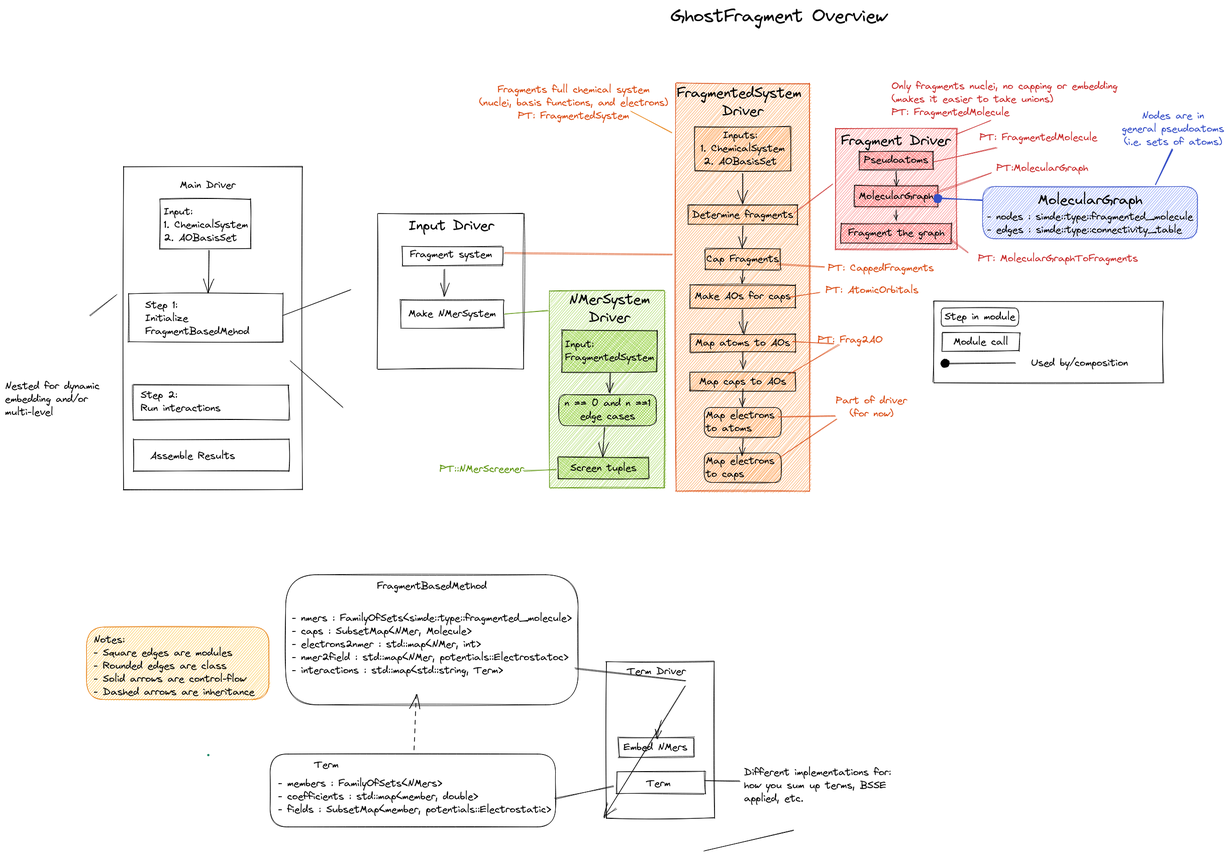
The Excalidraw diagram docs/source/GhostFragmentOverview.png in rmrresearch/GhostFragment, before a commit. Source tidied: one line per element, renumbered; positions are measured from the earlier drawing's top-left corner, leaving out a move shared by most shapes.
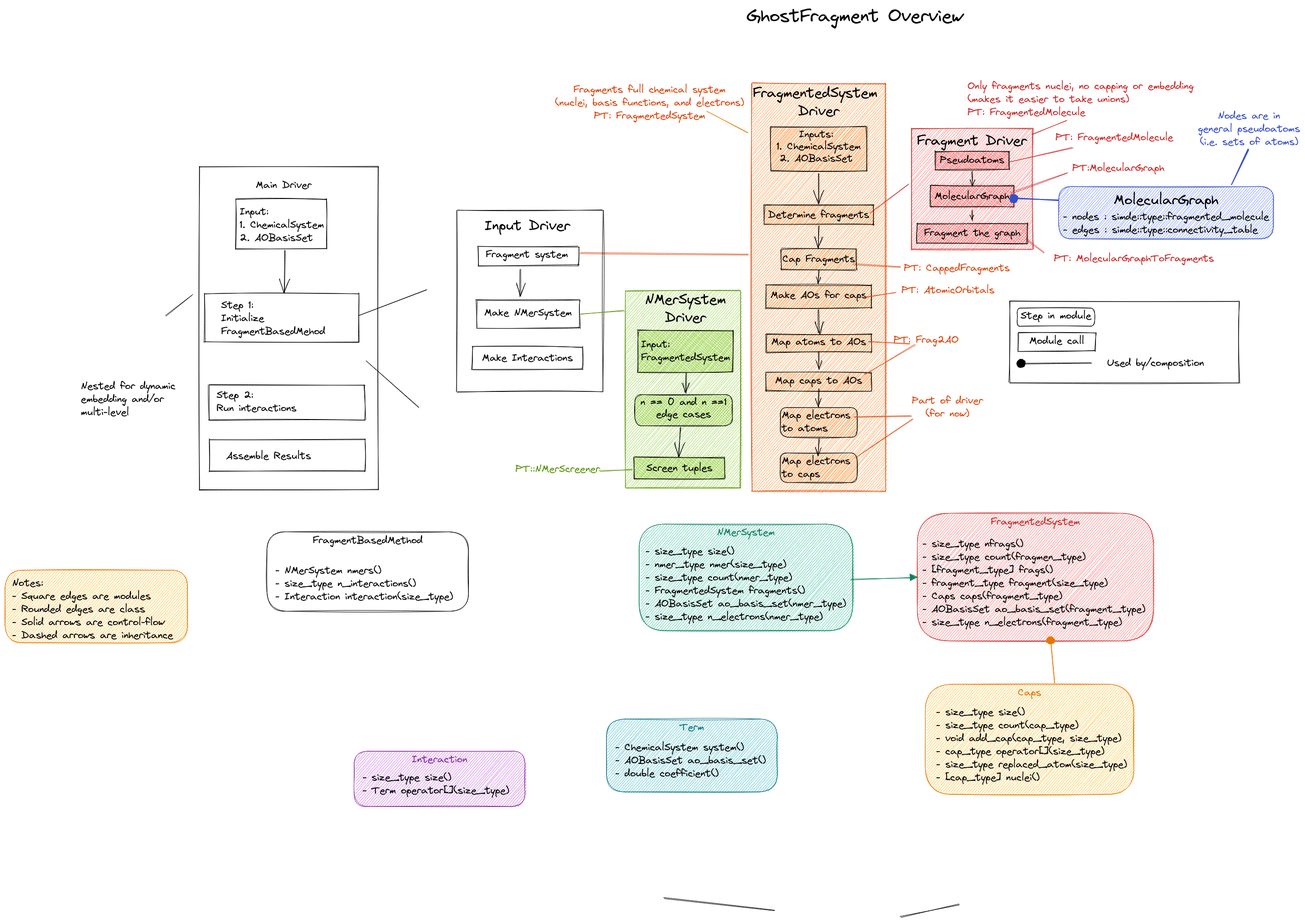
Later version of the same file.

Commit message:
back-up term progress [skip ci]

Diff of the diagram source:
```diff
@@ -10,42 +10,26 @@
 {"id": 9, "type": "line", "strokeColor": "#d9480f", "strokeWidth": 1, "roughness": 1, "x": 995, "y": 493, "width": 334, "height": 3, "points": [[0, 0], [334, 3]]}
 {"id": 10, "type": "rectangle", "strokeColor": "#000000", "strokeWidth": 1, "roughness": 1, "x": 255, "y": 757, "width": 310, "height": 70}
 {"id": 11, "type": "text", "text": "Step 2:\nRun interactions", "strokeColor": "#000000", "strokeWidth": 1, "roughness": 1, "fontSize": 20, "fontFamily": 1, "x": 270, "y": 764, "width": 159, "height": 52}
-{"id": 12, "type": "rectangle", "strokeColor": "#000000", "strokeWidth": 1, "roughness": 1, "x": 742, "y": 415, "width": 291, "height": 309}
+{"id": 12, "type": "rectangle", "strokeColor": "#000000", "strokeWidth": 1, "roughness": 1, "x": 748, "y": 409, "width": 291, "height": 361}
 {"id": 13, "type": "text", "text": "Input Driver", "strokeColor": "#000000", "strokeWidth": 1, "roughness": 1, "fontSize": 28, "fontFamily": 1, "x": 804, "y": 422, "width": 171, "height": 36}
 {"id": 14, "type": "rectangle", "strokeColor": "#000000", "strokeWidth": 1, "roughness": 1, "x": 788, "y": 588, "width": 204, "height": 55}
-{"id": 15, "type": "rectangle", "strokeColor": "#000000", "strokeWidth": 1, "roughness": 1, "x": 559, "y": 1134, "width": 582, "height": 259}
+{"id": 15, "type": "rectangle", "strokeColor": "#000000", "strokeWidth": 1, "roughness": 1, "x": 370, "y": 1049, "width": 401, "height": 158}
-{"id": 16, "type": "text", "text": "FragmentBasedMethod", "strokeColor": "#000000", "strokeWidth": 1, "roughness": 1, "fontSize": 20, "fontFamily": 1, "textAlign": "center", "x": 740, "y": 1144, "width": 219, "height": 26}
-{"id": 17, "type": "text", "text": "\n- nmers : FamilyOfSets<simde::type::fragmented_molecule>\n- caps : SubsetMap<NMer, Molecule>\n- electrons2nmer : std::map<NMer, int>\n- nmer2field : std::map<NMer, potentials::Electrostatoc> \n- interactions : std::map<std::string, Term>\n", "strokeColor": "#000000", "strokeWidth": 1, "roughness": 1, "fontSize": 20, "fontFamily": 1, "x": 571, "y": 1182, "width": 560, "height": 182}
-{"id": 18, "type": "rectangle", "strokeColor": "#000000", "strokeWidth": 1, "roughness": 1, "x": 528, "y": 1491, "width": 568, "height": 145}
+{"id": 18, "type": "rectangle", "strokeColor": "#0b7285", "backgroundColor": "#15aabf", "fillStyle": "hachure", "strokeWidth": 1, "roughness": 1, "x": 1046, "y": 1421, "width": 340, "height": 145}
-{"id": 19, "type": "text", "text": "Term", "strokeColor": "#000000", "strokeWidth": 1, "roughness": 1, "fontSize": 20, "fontFamily": 1, "x": 616, "y": 1500, "width": 49, "height": 26}
-{"id": 20, "type": "text", "text": "- members : FamilyOfSets<NMers>\n- coefficients : std::map<member, double>\n- fields : SubsetMap<member, potentials::Electrostatic> ", "strokeColor": "#000000", "strokeWidth": 1, "roughness": 1, "fontSize": 20, "fontFamily": 1, "x": 544, "y": 1537, "width": 553, "height": 78}
+{"id": 20, "type": "text", "text": "- ChemicalSystem system()\n- AOBasisSet ao_basis_set()\n- double coefficient()", "strokeColor": "#000000", "strokeWidth": 1, "roughness": 1, "fontSize": 20, "fontFamily": 1, "x": 1064, "y": 1465, "width": 299, "height": 78}
-{"id": 21, "type": "rectangle", "strokeColor": "#000000", "strokeWidth": 1, "roughness": 1, "x": 1197, "y": 1307, "width": 215, "height": 312}
-{"id": 22, "type": "text", "text": "Term Driver", "strokeColor": "#000000", "strokeWidth": 1, "roughness": 1, "fontSize": 20, "fontFamily": 1, "x": 1238, "y": 1314, "width": 118, "height": 26}
 {"id": 23, "type": "rectangle", "strokeColor": "#000000", "backgroundColor": "#82c91e", "fillStyle": "cross-hatch", "strokeWidth": 1, "roughness": 1, "x": 1109, "y": 648, "width": 189, "height": 83}
 {"id": 24, "type": "text", "text": "Input: \nFragmentedSystem", "strokeColor": "#000000", "backgroundColor": "#82c91e", "fillStyle": "cross-hatch", "strokeWidth": 1, "roughness": 1, "fontSize": 20, "fontFamily": 1, "x": 1115, "y": 663, "width": 177, "height": 52}
-{"id": 25, "type": "rectangle", "strokeColor": "#000000", "strokeWidth": 1, "roughness": 1, "x": 1218, "y": 1526, "width": 176, "height": 44}
-{"id": 26, "type": "text", "text": "Term", "strokeColor": "#000000", "strokeWidth": 1, "roughness": 1, "fontSize": 20, "fontFamily": 1, "textAlign": "center", "x": 1276, "y": 1537, "width": 49, "height": 26}
-{"id": 27, "type": "rectangle", "strokeColor": "#000000", "strokeWidth": 1, "roughness": 1, "x": 1222, "y": 1459, "width": 149, "height": 38}
-{"id": 28, "type": "text", "text": "Embed NMers", "strokeColor": "#000000", "strokeWidth": 1, "roughness": 1, "fontSize": 20, "fontFamily": 1, "textAlign": "center", "x": 1231, "y": 1465, "width": 127, "height": 26}
-{"id": 29, "type": "text", "text": "Different implementations for:\nhow you sum up terms, BSSE\napplied, etc.", "strokeColor": "#000000", "strokeWidth": 1, "roughness": 1, "fontSize": 20, "fontFamily": 1, "x": 1471, "y": 1515, "width": 292, "height": 78}
-{"id": 30, "type": "line", "strokeColor": "#000000", "strokeWidth": 1, "roughness": 1, "x": 1393, "y": 1543, "width": 71, "height": 2, "points": [[0, 0], [71, 2]]}
 {"id": 31, "type": "rectangle", "strokeColor": "#000000", "strokeWidth": 1, "roughness": 1, "x": 256, "y": 865, "width": 310, "height": 63}
 {"id": 32, "type": "text", "text": "Assemble Results", "strokeColor": "#000000", "strokeWidth": 1, "roughness": 1, "fontSize": 20, "fontFamily": 1, "x": 289, "y": 885, "width": 169, "height": 26}
 {"id": 33, "type": "text", "text": "Nested for dynamic\nembedding and/or\nmulti-level", "strokeColor": "#000000", "strokeWidth": 1, "roughness": 1, "fontSize": 20, "fontFamily": 1, "x": 0, "y": 746, "width": 188, "height": 78}
 {"id": 34, "type": "line", "strokeColor": "#000000", "strokeWidth": 1, "roughness": 1, "x": 169, "y": 620, "width": 53, "height": 42, "points": [[0, 0], [53, -42]]}
-{"id": 35, "type": "line", "strokeColor": "#000000", "strokeWidth": 1, "roughness": 1, "x": 1135, "y": 1320, "width": 221, "height": 26, "points": [[0, 0], [221, 26]]}
+{"id": 35, "type": "line", "strokeColor": "#000000", "strokeWidth": 1, "roughness": 1, "x": 1161, "y": 1777, "width": 221, "height": 26, "points": [[0, 0], [221, 26]]}
-{"id": 36, "type": "line", "strokeColor": "#000000", "strokeWidth": 1, "roughness": 1, "x": 1391, "y": 1684, "width": 178, "height": 41, "points": [[0, 0], [178, -41]]}
-{"id": 37, "type": "line", "strokeColor": "#000000", "strokeWidth": 1, "roughness": 1, "x": 1095, "y": 1580, "width": 117, "height": 24, "points": [[0, 0], [117, -24]]}
+{"id": 37, "type": "line", "strokeColor": "#000000", "strokeWidth": 1, "roughness": 1, "x": 1631, "y": 1815, "width": 117, "height": 24, "points": [[0, 0], [117, -24]]}
-{"id": 38, "type": "arrow", "strokeColor": "#000000", "strokeWidth": 1, "strokeStyle": "dashed", "roughness": 1, "endArrowhead": "arrow", "from": 18, "to": 17, "x": 813, "y": 1484, "width": 6, "height": 111, "points": [[0, 0], [6, -111]]}
-{"id": 39, "type": "arrow", "strokeColor": "#000000", "strokeWidth": 1, "roughness": 1, "endArrowhead": "arrow", "to": 28, "x": 1307, "y": 1424, "width": 11, "height": 35, "points": [[0, 0], [-11, 35]]}
-{"id": 40, "type": "arrow", "strokeColor": "#000000", "strokeWidth": 1, "roughness": 1, "endArrowhead": "arrow", "from": 22, "to": 21, "x": 1354, "y": 1355, "width": 163, "height": 262, "points": [[0, 0], [-163, 262]]}
 {"id": 41, "type": "line", "strokeColor": "#000000", "strokeWidth": 1, "roughness": 1, "x": 568, "y": 710, "width": 105, "height": 92, "points": [[0, 0], [105, 92]]}
 {"id": 42, "type": "arrow", "strokeColor": "#000000", "strokeWidth": 1, "roughness": 1, "endArrowhead": "arrow", "from": 43, "to": 14, "x": 875, "y": 527, "width": 1, "height": 51, "points": [[0, 0], [-1, 51]]}
 {"id": 43, "type": "rectangle", "strokeColor": "#000000", "strokeWidth": 1, "roughness": 1, "x": 791, "y": 481, "width": 200, "height": 37}
 {"id": 44, "type": "text", "text": "Fragment system", "strokeColor": "#000000", "strokeWidth": 1, "roughness": 1, "fontSize": 20, "fontFamily": 1, "x": 806, "y": 484, "width": 164, "height": 26}
-{"id": 45, "type": "freedraw", "strokeColor": "#087f5b", "backgroundColor": "#12b886", "fillStyle": "cross-hatch", "strokeWidth": 1, "roughness": 1, "x": 405, "y": 1494, "width": 0, "height": 0, "points": [[0, 0], [0, 0]]}
-{"id": 46, "type": "rectangle", "strokeColor": "#e67700", "backgroundColor": "#fab005", "fillStyle": "hachure", "strokeWidth": 1, "roughness": 1, "x": 162, "y": 1238, "width": 363, "height": 144}
+{"id": 46, "type": "rectangle", "strokeColor": "#e67700", "backgroundColor": "#fab005", "fillStyle": "hachure", "strokeWidth": 1, "roughness": 1, "x": -151, "y": 1125, "width": 363, "height": 144}
-{"id": 47, "type": "text", "text": "Notes:\n- Square edges are modules\n- Rounded edges are class\n- Solid arrows are control-flow\n- Dashed arrows are inheritance", "strokeColor": "#000000", "backgroundColor": "#12b886", "fillStyle": "cross-hatch", "strokeWidth": 1, "roughness": 1, "fontSize": 20, "fontFamily": 1, "x": 177, "y": 1251, "width": 320, "height": 130}
+{"id": 47, "type": "text", "text": "Notes:\n- Square edges are modules\n- Rounded edges are class\n- Solid arrows are control-flow\n- Dashed arrows are inheritance", "strokeColor": "#000000", "backgroundColor": "#12b886", "fillStyle": "cross-hatch", "strokeWidth": 1, "roughness": 1, "fontSize": 20, "fontFamily": 1, "x": -137, "y": 1138, "width": 320, "height": 130}
 {"id": 48, "type": "text", "text": "GhostFragment Overview", "strokeColor": "#000000", "backgroundColor": "#12b886", "fillStyle": "cross-hatch", "strokeWidth": 1, "roughness": 1, "fontSize": 36, "fontFamily": 1, "x": 1325, "y": 0, "width": 431, "height": 46}
 {"id": 49, "type": "text", "text": "Only fragments nuclei, no capping or embedding\n(makes it easier to take unions)\nPT: FragmentedMolecule", "strokeColor": "#c92a2a", "strokeWidth": 1, "roughness": 1, "fontSize": 20, "fontFamily": 1, "x": 1765, "y": 149, "width": 450, "height": 78}
 {"id": 50, "type": "rectangle", "strokeColor": "#c92a2a", "backgroundColor": "#fa5252", "fillStyle": "hachure", "strokeWidth": 1, "roughness": 1, "x": 1653, "y": 245, "width": 241, "height": 241}
@@ -127,3 +111,22 @@
 {"id": 126, "type": "rectangle", "strokeColor": "#000000", "backgroundColor": "#fd7e14", "fillStyle": "hachure", "strokeWidth": 1, "roughness": 1, "x": 1373, "y": 242, "width": 191, "height": 88}
 {"id": 127, "type": "text", "text": "Inputs: \n1. ChemicalSystem\n2. AOBasisSet ", "strokeColor": "#000000", "backgroundColor": "#82c91e", "fillStyle": "hachure", "strokeWidth": 1, "roughness": 1, "fontSize": 20, "fontFamily": 1, "textAlign": "center", "verticalAlign": "middle", "inside": 126, "x": 1378, "y": 247, "width": 181, "height": 78}
 {"id": 128, "type": "text", "text": "Make NMerSystem", "strokeColor": "#000000", "backgroundColor": "#fd7e14", "fillStyle": "hachure", "strokeWidth": 1, "roughness": 1, "fontSize": 20, "fontFamily": 1, "textAlign": "center", "verticalAlign": "middle", "inside": 14, "x": 793, "y": 602, "width": 194, "height": 26}
+{"id": 129, "type": "rectangle", "strokeColor": "#c92a2a", "backgroundColor": "#fa5252", "fillStyle": "hachure", "strokeWidth": 1, "roughness": 1, "x": 1664, "y": 1012, "width": 470, "height": 254}
+{"id": 130, "type": "text", "text": "FragmentedSystem", "strokeColor": "#c92a2a", "strokeWidth": 1, "roughness": 1, "fontSize": 20, "fontFamily": 1, "textAlign": "center", "inside": 129, "x": 1669, "y": 1017, "width": 460, "height": 24}
+{"id": 131, "type": "text", "text": "- size_type nfrags()\n- size_type count(fragmen_type)\n- [fragment_type] frags()\n- fragment_type fragment(size_type)\n- Caps caps(fragment_type)\n- AOBasisSet ao_basis_set(fragment_type)\n- size_type n_electrons(fragment_type)", "strokeColor": "#000000", "strokeWidth": 1, "roughness": 1, "fontSize": 20, "fontFamily": 1, "x": 1675, "y": 1060, "width": 443, "height": 182}
+{"id": 132, "type": "rectangle", "strokeColor": "#087f5b", "backgroundColor": "#12b886", "fillStyle": "hachure", "strokeWidth": 1, "roughness": 1, "x": 1111, "y": 1033, "width": 425, "height": 212}
+{"id": 133, "type": "text", "text": "NMerSystem", "strokeColor": "#087f5b", "strokeWidth": 1, "roughness": 1, "fontSize": 20, "fontFamily": 1, "textAlign": "center", "inside": 132, "x": 1116, "y": 1038, "width": 415, "height": 24}
+{"id": 134, "type": "text", "text": "- size_type size()\n- nmer_type nmer(size_type)\n- size_type count(nmer_type)\n- FragmentedSystem fragments()\n- AOBasisSet ao_basis_set(nmer_type)\n- size_type n_electrons(nmer_type)", "strokeColor": "#000000", "strokeWidth": 1, "roughness": 1, "fontSize": 20, "fontFamily": 1, "x": 1124, "y": 1075, "width": 399, "height": 156}
+{"id": 135, "type": "arrow", "strokeColor": "#087f5b", "backgroundColor": "#12b886", "fillStyle": "hachure", "strokeWidth": 1, "roughness": 1, "endArrowhead": "triangle", "from": 134, "to": 131, "x": 1532, "y": 1144, "width": 131, "height": 4, "points": [[0, 0], [131, -4]]}
+{"id": 136, "type": "rectangle", "strokeColor": "#e67700", "backgroundColor": "#fab005", "fillStyle": "hachure", "strokeWidth": 1, "roughness": 1, "x": 1680, "y": 1352, "width": 415, "height": 219}
+{"id": 137, "type": "text", "text": "Caps", "strokeColor": "#e67700", "backgroundColor": "#fab005", "fillStyle": "hachure", "strokeWidth": 1, "roughness": 1, "fontSize": 20, "fontFamily": 1, "textAlign": "center", "inside": 136, "x": 1685, "y": 1357, "width": 405, "height": 24}
+{"id": 138, "type": "text", "text": "- size_type size()\n- size_type count(cap_type)\n- void add_cap(cap_type, size_type)\n- cap_type operator[](size_type)\n- size_type replaced_atom(size_type)\n- [cap_type] nuclei()", "strokeColor": "#000000", "backgroundColor": "#fab005", "fillStyle": "hachure", "strokeWidth": 1, "roughness": 1, "fontSize": 20, "fontFamily": 1, "x": 1702, "y": 1395, "width": 380, "height": 156}
+{"id": 139, "type": "arrow", "strokeColor": "#e67700", "backgroundColor": "#fab005", "fillStyle": "hachure", "strokeWidth": 1, "roughness": 1, "endArrowhead": "dot", "from": 136, "to": 131, "x": 1937, "y": 1350, "width": 7, "height": 85, "points": [[0, 0], [-7, -85]]}
+{"id": 140, "type": "text", "text": "Term", "strokeColor": "#0b7285", "backgroundColor": "#fab005", "fillStyle": "hachure", "strokeWidth": 1, "roughness": 1, "fontSize": 20, "fontFamily": 1, "textAlign": "center", "inside": 18, "x": 1051, "y": 1426, "width": 330, "height": 24}
+{"id": 141, "type": "rectangle", "strokeColor": "#862e9c", "backgroundColor": "#be4bdb", "fillStyle": "hachure", "strokeWidth": 1, "roughness": 1, "x": 544, "y": 1485, "width": 340, "height": 110}
+{"id": 142, "type": "text", "text": "Interaction", "strokeColor": "#862e9c", "backgroundColor": "#be4bdb", "fillStyle": "hachure", "strokeWidth": 1, "roughness": 1, "fontSize": 20, "fontFamily": 1, "textAlign": "center", "inside": 141, "x": 549, "y": 1490, "width": 330, "height": 24}
+{"id": 143, "type": "text", "text": "- size_type size()\n- Term operator[](size_type)", "strokeColor": "#000000", "backgroundColor": "#be4bdb", "fillStyle": "hachure", "strokeWidth": 1, "roughness": 1, "fontSize": 20, "fontFamily": 1, "x": 560, "y": 1525, "width": 293, "height": 52}
+{"id": 16, "type": "text", "text": "FragmentBasedMethod", "strokeColor": "#000000", "backgroundColor": "#be4bdb", "fillStyle": "hachure", "strokeWidth": 1, "roughness": 1, "fontSize": 20, "fontFamily": 1, "textAlign": "center", "inside": 15, "x": 375, "y": 1054, "width": 391, "height": 24}
+{"id": 144, "type": "text", "text": "- NMerSystem nmers()\n- size_type n_interactions()\n- Interaction interaction(size_type)", "strokeColor": "#000000", "backgroundColor": "#be4bdb", "fillStyle": "hachure", "strokeWidth": 1, "roughness": 1, "fontSize": 20, "fontFamily": 1, "x": 387, "y": 1113, "width": 354, "height": 78}
+{"id": 145, "type": "rectangle", "strokeColor": "#000000", "strokeWidth": 1, "roughness": 1, "x": 779, "y": 680, "width": 220, "height": 45}
+{"id": 146, "type": "text", "text": "Make Interactions", "strokeColor": "#000000", "strokeWidth": 1, "roughness": 1, "fontSize": 20, "fontFamily": 1, "textAlign": "center", "verticalAlign": "middle", "inside": 145, "x": 784, "y": 691, "width": 210, "height": 24}
```
